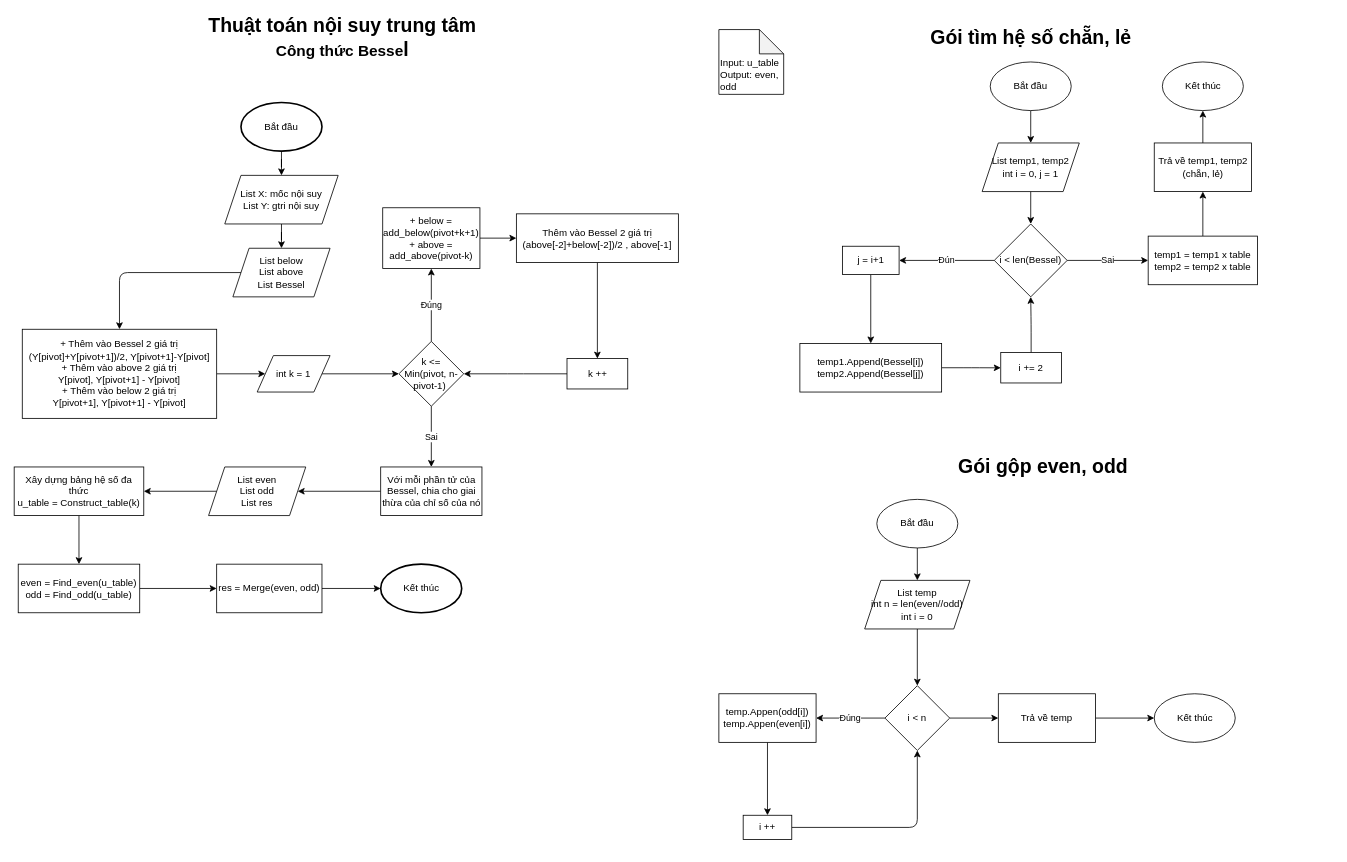
Above: Week05/Algorithms/Bessel-Central-Interpolation.drawio in heiung2001/Numerical-Method (draw.io), before the change. Source tidied: cells renumbered, new cells numbered last; positions are measured from the earlier drawing's top-left corner, leaving out a move shared by most shapes. Both pictures are drawn from the tidied source at 81%, with x=0, y=0 at pixel (14, 21).
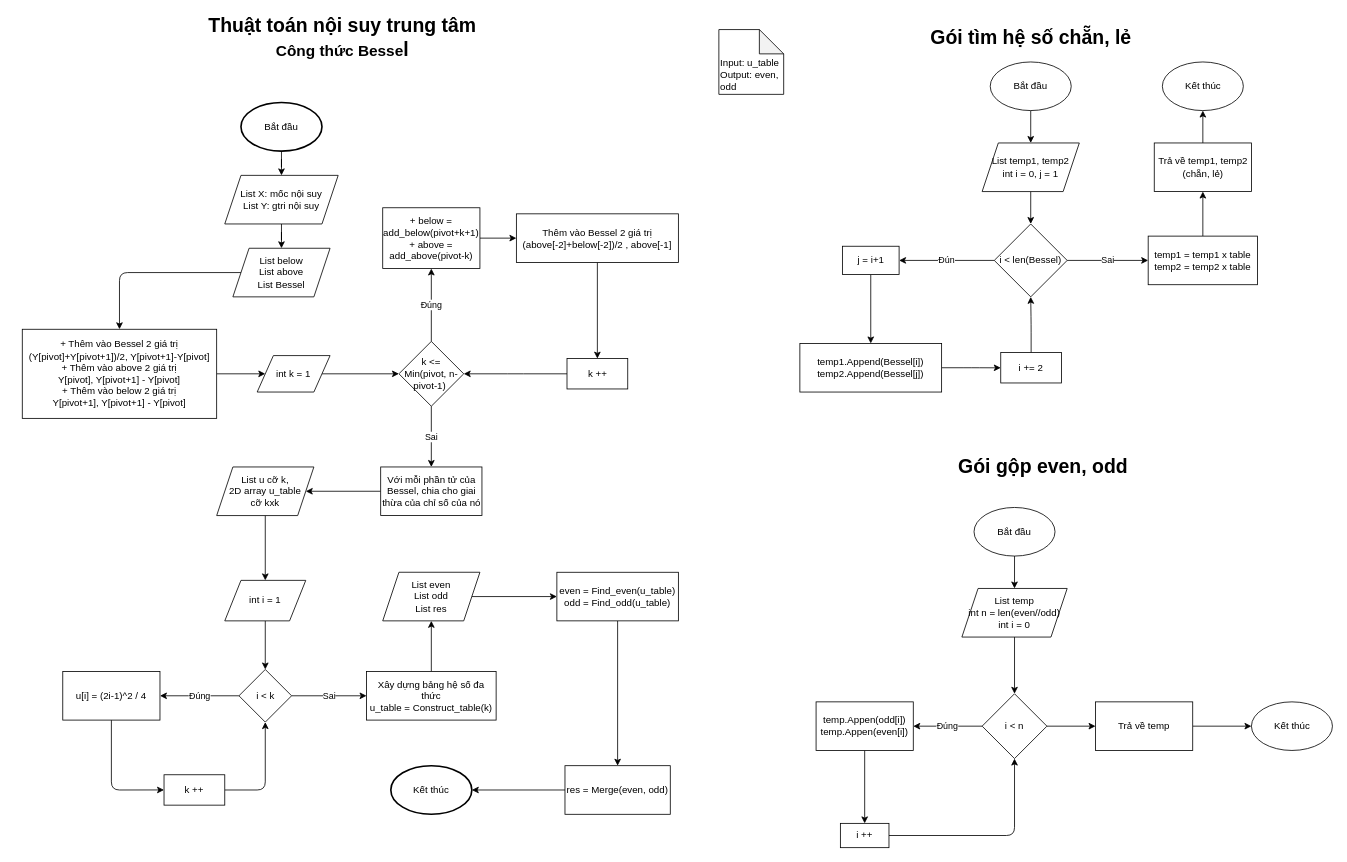
The same page after the edit.

The change refers to these unchanged cells:
```xml
<mxCell id="23" value="Với mỗi phần tử của Bessel, chia cho giai thừa của chỉ số của nó" style="whiteSpace=wrap;html=1;" parent="1" vertex="1">
  <mxGeometry x="452.5" y="550" width="125" height="60" as="geometry" />
</mxCell>
```

What changed in the source:
```diff
@@
-    <mxCell id="22" style="edgeStyle=orthogonalEdgeStyle;html=1;" parent="1" edge="1" source="23" target="27">
-      <mxGeometry relative="1" as="geometry" />
-    </mxCell>
+    <mxCell id="68" style="edgeStyle=none;html=1;" parent="1" edge="1" source="23" target="72">
+      <mxGeometry relative="1" as="geometry" />
+    </mxCell>
@@
-    <mxCell id="24" style="edgeStyle=orthogonalEdgeStyle;html=1;entryX=0.5;entryY=0;entryDx=0;entryDy=0;" parent="1" edge="1" source="25" target="29">
-      <mxGeometry relative="1" as="geometry" />
-    </mxCell>
+    <mxCell id="69" style="edgeStyle=orthogonalEdgeStyle;html=1;entryX=0.5;entryY=1;entryDx=0;entryDy=0;" parent="1" edge="1" source="25" target="27">
+      <mxGeometry relative="1" as="geometry" />
+    </mxCell>
     <mxCell id="25" value="Xây dựng bảng hệ số đa thức&lt;br&gt;u_table = Construct_table(k)" style="whiteSpace=wrap;html=1;" parent="1" vertex="1">
-      <mxGeometry y="550" width="160" height="60" as="geometry" />
+      <mxGeometry x="435" y="802.5" width="160" height="60" as="geometry" />
     </mxCell>
-    <mxCell id="26" style="edgeStyle=orthogonalEdgeStyle;html=1;entryX=1;entryY=0.5;entryDx=0;entryDy=0;" parent="1" edge="1" source="27" target="25">
-      <mxGeometry relative="1" as="geometry" />
-    </mxCell>
+    <mxCell id="70" style="edgeStyle=orthogonalEdgeStyle;html=1;entryX=0;entryY=0.5;entryDx=0;entryDy=0;" parent="1" edge="1" source="27" target="29">
+      <mxGeometry relative="1" as="geometry" />
+    </mxCell>
     <mxCell id="27" value="List even&lt;br&gt;List odd&lt;br&gt;List res" style="shape=parallelogram;perimeter=parallelogramPerimeter;whiteSpace=wrap;html=1;fixedSize=1;" parent="1" vertex="1">
-      <mxGeometry x="240" y="550" width="120" height="60" as="geometry" />
+      <mxGeometry x="455" y="680" width="120" height="60" as="geometry" />
     </mxCell>
-    <mxCell id="28" style="edgeStyle=orthogonalEdgeStyle;html=1;" parent="1" edge="1" source="29" target="31">
+    <mxCell id="28" style="edgeStyle=orthogonalEdgeStyle;html=1;entryX=0.5;entryY=0;entryDx=0;entryDy=0;" parent="1" edge="1" source="29" target="31">
       <mxGeometry relative="1" as="geometry" />
     </mxCell>
     <mxCell id="29" value="even = Find_even(u_table)&lt;br&gt;odd = Find_odd(u_table)" style="whiteSpace=wrap;html=1;" parent="1" vertex="1">
-      <mxGeometry x="5" y="670" width="150" height="60" as="geometry" />
+      <mxGeometry x="670" y="680" width="150" height="60" as="geometry" />
     </mxCell>
-    <mxCell id="30" style="edgeStyle=orthogonalEdgeStyle;html=1;entryX=0;entryY=0.5;entryDx=0;entryDy=0;entryPerimeter=0;" parent="1" edge="1" source="31" target="32">
+    <mxCell id="30" style="edgeStyle=orthogonalEdgeStyle;html=1;entryX=1;entryY=0.5;entryDx=0;entryDy=0;entryPerimeter=0;" parent="1" edge="1" source="31" target="32">
       <mxGeometry relative="1" as="geometry" />
     </mxCell>
     <mxCell id="31" value="res = Merge(even, odd)" style="whiteSpace=wrap;html=1;" parent="1" vertex="1">
-      <mxGeometry x="250" y="670" width="130" height="60" as="geometry" />
+      <mxGeometry x="680" y="918.8" width="130" height="60" as="geometry" />
     </mxCell>
     <mxCell id="32" value="Kết thúc" style="strokeWidth=2;html=1;shape=mxgraph.flowchart.start_1;whiteSpace=wrap;" parent="1" vertex="1">
-      <mxGeometry x="452.5" y="670" width="100" height="60" as="geometry" />
+      <mxGeometry x="465" y="918.8" width="100" height="60" as="geometry" />
     </mxCell>
@@
     <mxCell id="55" value="Bắt đầu" style="strokeWidth=1;html=1;shape=mxgraph.flowchart.start_1;whiteSpace=wrap;" parent="1" vertex="1">
-      <mxGeometry x="1065" y="590" width="100" height="60" as="geometry" />
+      <mxGeometry x="1185" y="600" width="100" height="60" as="geometry" />
     </mxCell>
@@
     <mxCell id="57" value="List temp&lt;br&gt;int n = len(even//odd)&lt;br&gt;int i = 0" style="shape=parallelogram;perimeter=parallelogramPerimeter;whiteSpace=wrap;html=1;fixedSize=1;strokeWidth=1;" parent="1" vertex="1">
-      <mxGeometry x="1050" y="690" width="130" height="60" as="geometry" />
+      <mxGeometry x="1170" y="700" width="130" height="60" as="geometry" />
     </mxCell>
@@
     <mxCell id="60" value="i &amp;lt; n" style="rhombus;whiteSpace=wrap;html=1;strokeWidth=1;" parent="1" vertex="1">
-      <mxGeometry x="1075" y="820" width="80" height="80" as="geometry" />
+      <mxGeometry x="1195" y="830" width="80" height="80" as="geometry" />
     </mxCell>
@@
     <mxCell id="62" value="temp.Appen(odd[i])&lt;br&gt;temp.Appen(even[i])" style="whiteSpace=wrap;html=1;strokeWidth=1;" parent="1" vertex="1">
-      <mxGeometry x="870" y="830" width="120" height="60" as="geometry" />
+      <mxGeometry x="990" y="840" width="120" height="60" as="geometry" />
     </mxCell>
@@
     <mxCell id="64" value="i ++" style="whiteSpace=wrap;html=1;strokeWidth=1;" parent="1" vertex="1">
-      <mxGeometry x="900" y="980" width="60" height="30" as="geometry" />
+      <mxGeometry x="1020" y="990" width="60" height="30" as="geometry" />
     </mxCell>
@@
     <mxCell id="66" value="Trả về temp" style="whiteSpace=wrap;html=1;strokeWidth=1;" parent="1" vertex="1">
-      <mxGeometry x="1215" y="830" width="120" height="60" as="geometry" />
+      <mxGeometry x="1335" y="840" width="120" height="60" as="geometry" />
     </mxCell>
     <mxCell id="67" value="Kết thúc" style="strokeWidth=1;html=1;shape=mxgraph.flowchart.start_1;whiteSpace=wrap;" parent="1" vertex="1">
-      <mxGeometry x="1407.5" y="830" width="100" height="60" as="geometry" />
+      <mxGeometry x="1527.5" y="840" width="100" height="60" as="geometry" />
     </mxCell>
+    <mxCell id="71" style="edgeStyle=orthogonalEdgeStyle;html=1;" parent="1" edge="1" source="72" target="74">
+      <mxGeometry relative="1" as="geometry" />
+    </mxCell>
+    <mxCell id="72" value="List u cỡ k,&lt;br&gt;2D array u_table&lt;br&gt;cỡ kxk" style="shape=parallelogram;perimeter=parallelogramPerimeter;whiteSpace=wrap;html=1;fixedSize=1;" parent="1" vertex="1">
+      <mxGeometry x="250" y="550" width="120" height="60" as="geometry" />
+    </mxCell>
+    <mxCell id="73" style="edgeStyle=orthogonalEdgeStyle;html=1;" parent="1" edge="1" source="74" target="77">
+      <mxGeometry relative="1" as="geometry" />
+    </mxCell>
+    <mxCell id="74" value="int i = 1" style="shape=parallelogram;perimeter=parallelogramPerimeter;whiteSpace=wrap;html=1;fixedSize=1;" parent="1" vertex="1">
+      <mxGeometry x="260" y="690" width="100" height="50" as="geometry" />
+    </mxCell>
+    <mxCell id="75" value="Đúng" style="edgeStyle=orthogonalEdgeStyle;html=1;" parent="1" edge="1" source="77" target="79">
+      <mxGeometry relative="1" as="geometry" />
+    </mxCell>
+    <mxCell id="76" value="Sai" style="edgeStyle=orthogonalEdgeStyle;html=1;entryX=0;entryY=0.5;entryDx=0;entryDy=0;" parent="1" edge="1" source="77" target="25">
+      <mxGeometry relative="1" as="geometry" />
+    </mxCell>
+    <mxCell id="77" value="i &amp;lt; k" style="rhombus;whiteSpace=wrap;html=1;" parent="1" vertex="1">
+      <mxGeometry x="277.5" y="800" width="65" height="65" as="geometry" />
+    </mxCell>
+    <mxCell id="78" style="edgeStyle=orthogonalEdgeStyle;html=1;entryX=0;entryY=0.5;entryDx=0;entryDy=0;exitX=0.5;exitY=1;exitDx=0;exitDy=0;" parent="1" edge="1" source="79" target="81">
+      <mxGeometry relative="1" as="geometry">
+        <Array as="points">
+          <mxPoint x="120" y="949" />
+        </Array>
+      </mxGeometry>
+    </mxCell>
+    <mxCell id="79" value="u[i] = (2i-1)^2 / 4" style="whiteSpace=wrap;html=1;" parent="1" vertex="1">
+      <mxGeometry x="60" y="802.5" width="120" height="60" as="geometry" />
+    </mxCell>
+    <mxCell id="80" style="edgeStyle=orthogonalEdgeStyle;html=1;entryX=0.5;entryY=1;entryDx=0;entryDy=0;" parent="1" edge="1" source="81" target="77">
+      <mxGeometry relative="1" as="geometry" />
+    </mxCell>
+    <mxCell id="81" value="k ++" style="whiteSpace=wrap;html=1;" parent="1" vertex="1">
+      <mxGeometry x="185" y="930" width="75" height="37.5" as="geometry" />
+    </mxCell>
```
